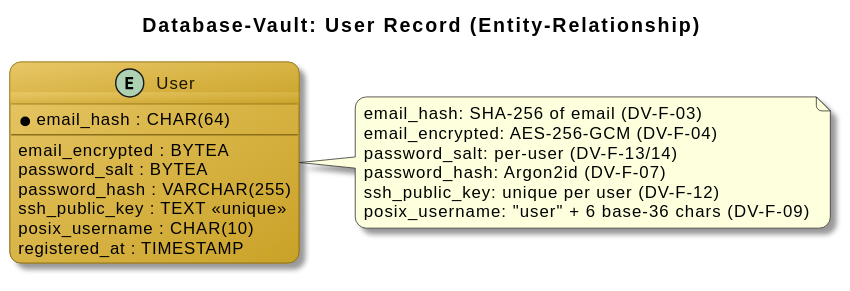
Earlier version of the PlantUML export docs/design/diagrams/rendered/06-data-er-database-vault.svg (Verryx-02/RAM-USB).
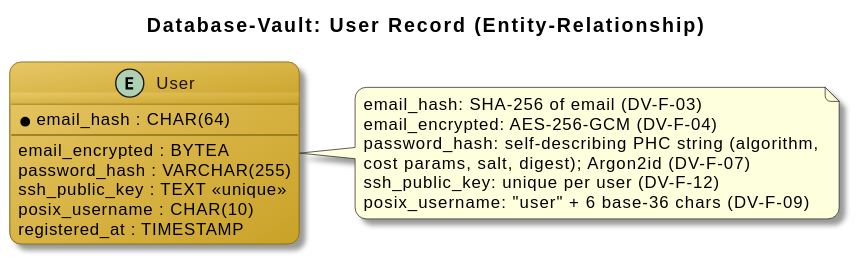
Later version of the same file.

Commit message:
docs(database-vault): remove the separate password-salt field, storing it inside the Argon2id PHC string (DV-F-07, DV-F-13)

Diff of the diagram source:
```diff
@@ -16,7 +16,6 @@
   * email_hash : CHAR(64)
   --
   email_encrypted : BYTEA
-  password_salt : BYTEA
   password_hash : VARCHAR(255)
   ssh_public_key : TEXT <<unique>>
   posix_username : CHAR(10)
@@ -26,8 +25,8 @@
 note right of User
   email_hash: SHA-256 of email (DV-F-03)
   email_encrypted: AES-256-GCM (DV-F-04)
-  password_salt: per-user (DV-F-13/14)
-  password_hash: Argon2id (DV-F-07)
+  password_hash: self-describing PHC string (algorithm,
+  cost params, salt, digest); Argon2id (DV-F-07)
   ssh_public_key: unique per user (DV-F-12)
   posix_username: "user" + 6 base-36 chars (DV-F-09)
 end note
```
